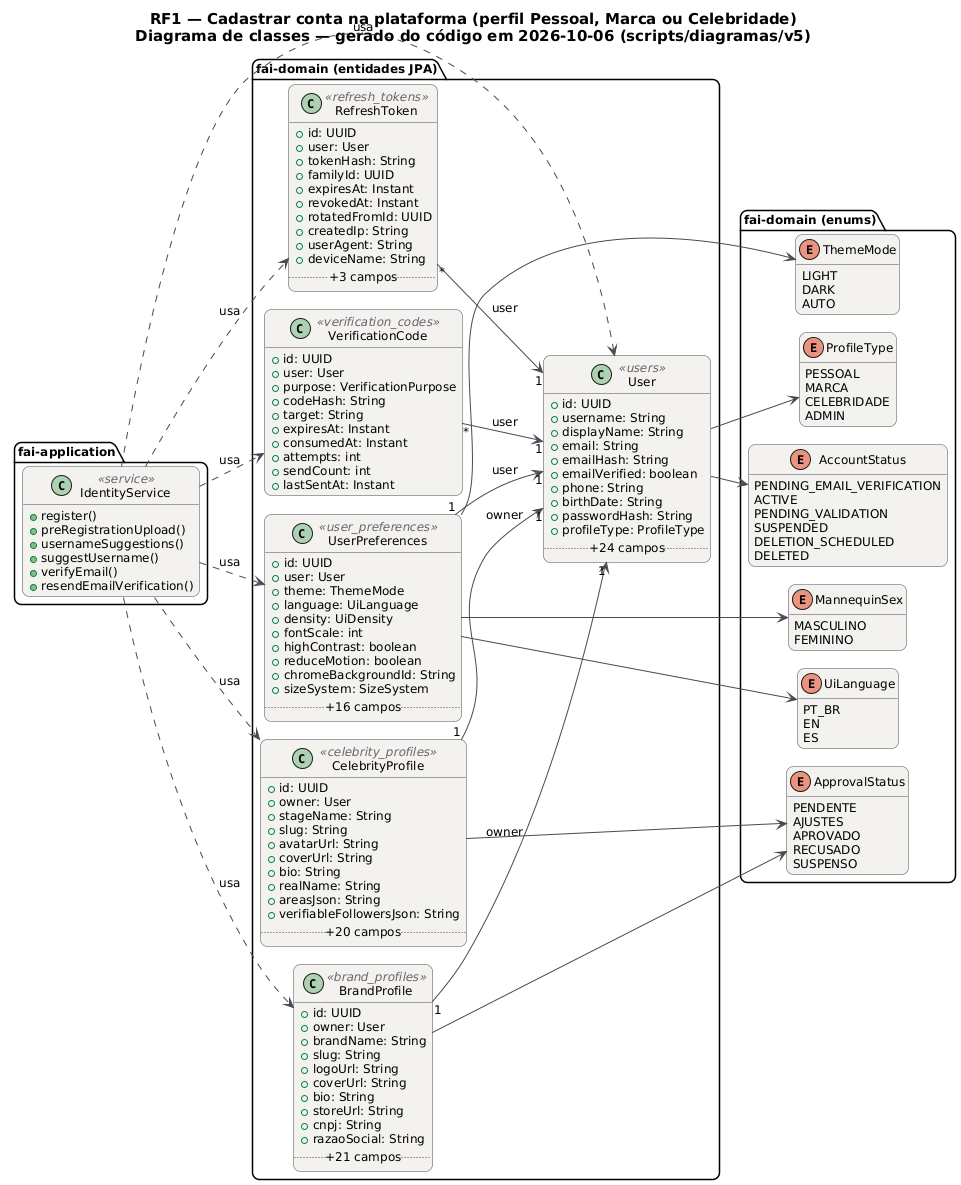
This is docs/diagramas/RF1/RF1_Classes.png from MatheusHaliski/tcc-2026-fashion-ai-backend, a PlantUML export, as it was before one commit.
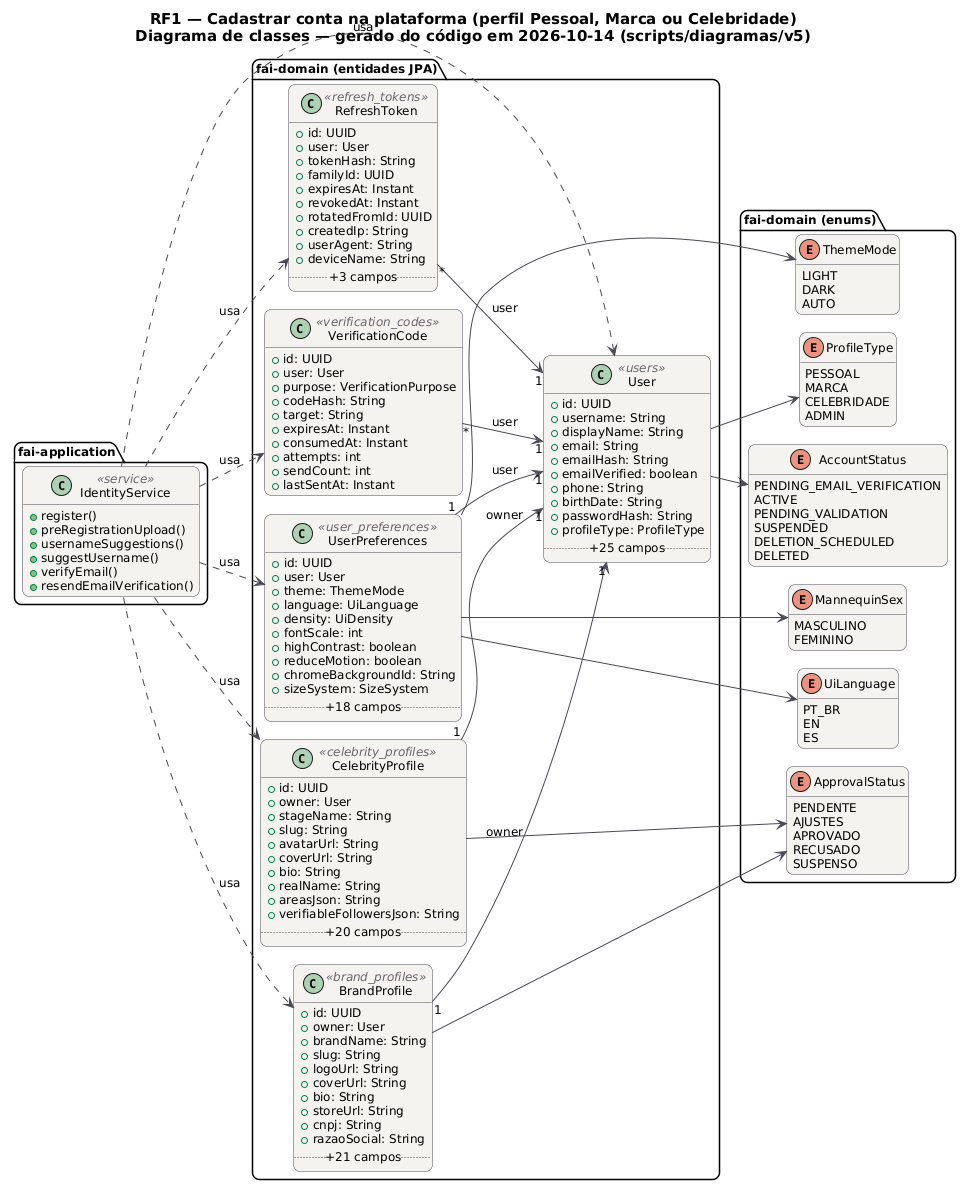
The same diagram one commit later.

What changed in the source:
```diff
@@ -20,7 +20,7 @@
 }
 hide empty members
 left to right direction
-title RF1 — Cadastrar conta na plataforma (perfil Pessoal, Marca ou Celebridade)\nDiagrama de classes — gerado do código em 2026-10-06 (scripts/diagramas/v5)
+title RF1 — Cadastrar conta na plataforma (perfil Pessoal, Marca ou Celebridade)\nDiagrama de classes — gerado do código em 2026-10-14 (scripts/diagramas/v5)
 
 package "fai-domain (entidades JPA)" {
   class BrandProfile <<brand_profiles>> {
@@ -73,7 +73,7 @@
     +birthDate: String
     +passwordHash: String
     +profileType: ProfileType
-    .. +24 campos ..
+    .. +25 campos ..
   }
   class UserPreferences <<user_preferences>> {
     +id: UUID
@@ -86,7 +86,7 @@
     +reduceMotion: boolean
     +chromeBackgroundId: String
     +sizeSystem: SizeSystem
-    .. +16 campos ..
+    .. +18 campos ..
   }
   class VerificationCode <<verification_codes>> {
     +id: UUID
```
